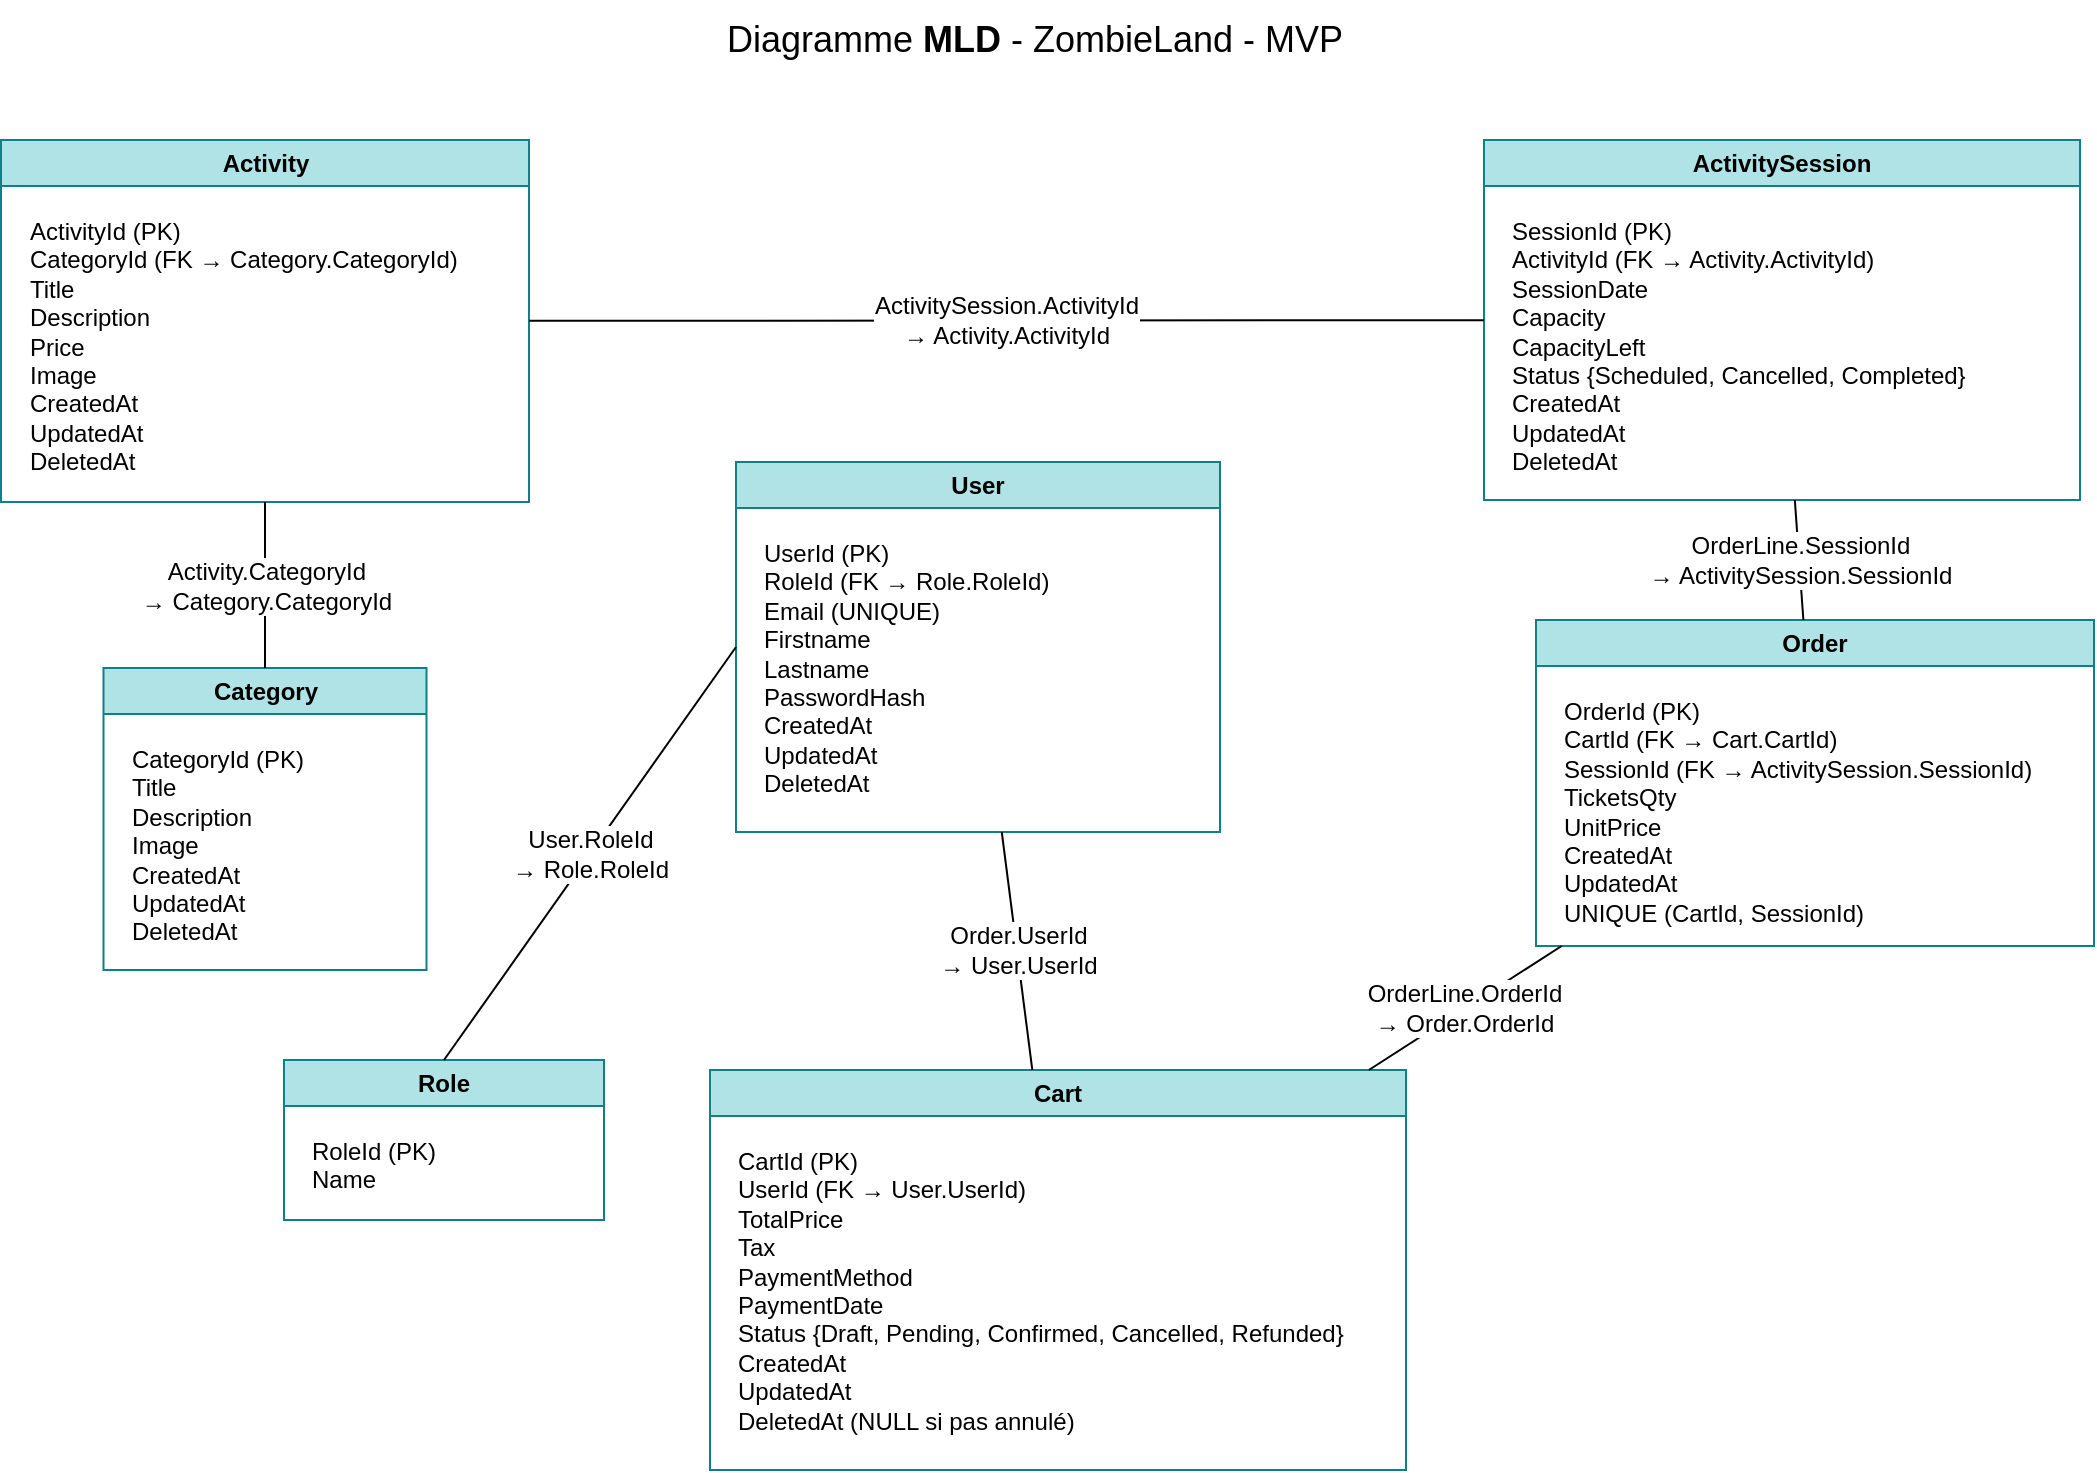
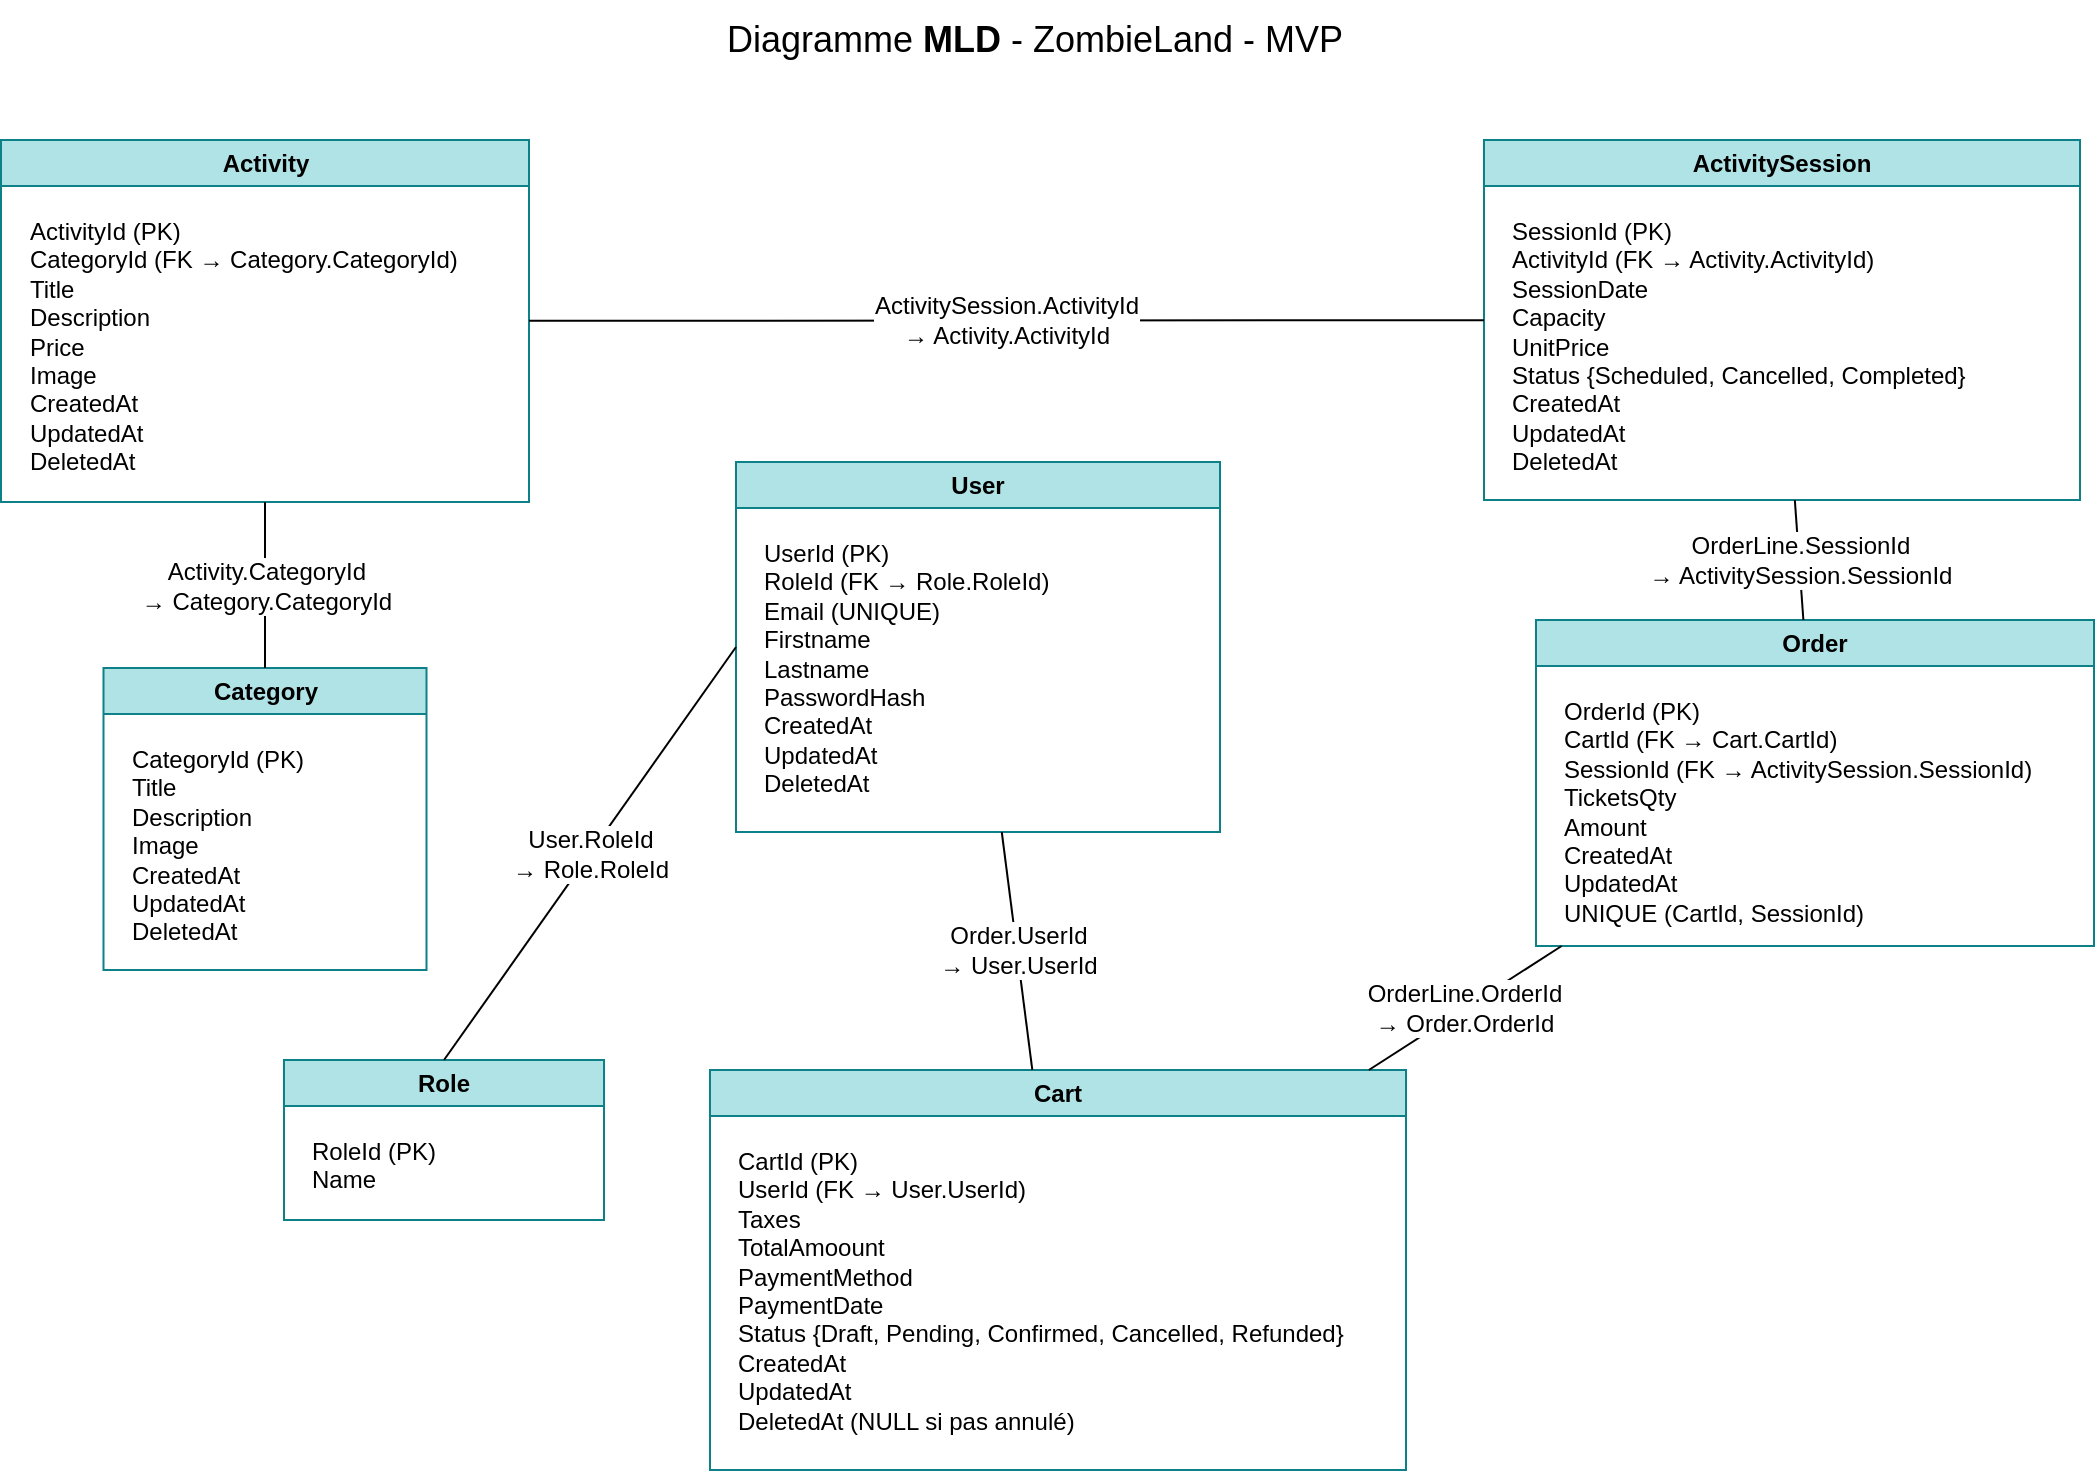
- <mxfile host="65bd71144e" scale="1.5" border="30">
+ <mxfile host="65bd71144e" scale="1.2" border="20">
    <diagram id="fsbzk8zL0QScQSCVCOah" name="Page-1">
-         <mxGraphModel dx="1119" dy="1157" grid="0" gridSize="10" guides="1" tooltips="1" connect="1" arrows="1" fold="1" page="1" pageScale="1" pageWidth="1169" pageHeight="827" background="#ffffff" math="0" shadow="0">
+         <mxGraphModel dx="1073" dy="793" grid="0" gridSize="10" guides="1" tooltips="1" connect="1" arrows="1" fold="1" page="1" pageScale="1" pageWidth="1169" pageHeight="827" background="#ffffff" math="0" shadow="0">
            <root>
                <mxCell id="0"/>
                <mxCell id="1" parent="0"/>
                <mxCell id="t0" value="&lt;span style=&quot;font-weight: normal;&quot;&gt;Diagramme &lt;/span&gt;MLD &lt;span style=&quot;font-weight: normal;&quot;&gt;- ZombieLand - MVP&lt;/span&gt;" style="text;strokeColor=none;fillColor=none;html=1;fontSize=18;fontStyle=1;verticalAlign=middle;align=center;fontColor=#000000;fontFamily=Helvetica;" parent="1" vertex="1">
                    <mxGeometry x="360" y="40" width="450" height="40" as="geometry"/>
                </mxCell>
                <mxCell id="c_tbl" value="Category" style="swimlane;whiteSpace=wrap;html=1;fillColor=#b0e3e6;shadow=0;rounded=0;swimlaneLine=1;fontStyle=1;fontSize=12;align=center;fontFamily=Helvetica;strokeColor=#0e8088;" parent="1" vertex="1">
                    <mxGeometry x="119.75" y="374" width="161.5" height="151" as="geometry"/>
                </mxCell>
                <mxCell id="c_cols" value="&lt;div&gt;&lt;font style=&quot;color: light-dark(rgb(0, 0, 0), rgb(0, 0, 0));&quot;&gt;CategoryId (PK)&lt;/font&gt;&lt;/div&gt;&lt;div&gt;&lt;font style=&quot;color: light-dark(rgb(0, 0, 0), rgb(0, 0, 0));&quot;&gt;Title&lt;/font&gt;&lt;/div&gt;&lt;div&gt;&lt;font style=&quot;color: light-dark(rgb(0, 0, 0), rgb(0, 0, 0));&quot;&gt;Description&lt;/font&gt;&lt;/div&gt;&lt;div&gt;&lt;font style=&quot;color: light-dark(rgb(0, 0, 0), rgb(0, 0, 0));&quot;&gt;Image&lt;/font&gt;&lt;/div&gt;&lt;div&gt;&lt;div style=&quot;color: rgb(63, 63, 63); scrollbar-color: rgb(226, 226, 226) rgb(251, 251, 251);&quot;&gt;&lt;font style=&quot;scrollbar-color: rgb(226, 226, 226) rgb(251, 251, 251); color: rgb(0, 0, 0);&quot;&gt;CreatedAt&amp;nbsp;&amp;nbsp;&lt;/font&gt;&lt;/div&gt;&lt;div style=&quot;color: rgb(63, 63, 63); scrollbar-color: rgb(226, 226, 226) rgb(251, 251, 251);&quot;&gt;&lt;font style=&quot;scrollbar-color: rgb(226, 226, 226) rgb(251, 251, 251); color: rgb(0, 0, 0);&quot;&gt;UpdatedAt&amp;nbsp;&amp;nbsp;&lt;/font&gt;&lt;/div&gt;&lt;div style=&quot;color: rgb(63, 63, 63); scrollbar-color: rgb(226, 226, 226) rgb(251, 251, 251);&quot;&gt;&lt;font style=&quot;scrollbar-color: rgb(226, 226, 226) rgb(251, 251, 251); color: rgb(0, 0, 0);&quot;&gt;DeletedAt&lt;/font&gt;&lt;/div&gt;&lt;/div&gt;" style="text;html=1;align=left;verticalAlign=top;resizable=0;points=[];autosize=1;strokeColor=none;fillColor=none;spacing=4;spacingTop=0;spacingLeft=0;horizontal=1;fontColor=#000000;fontSize=12;fontFamily=Helvetica;" parent="c_tbl" vertex="1">
                    <mxGeometry x="10" y="30" width="106" height="115" as="geometry"/>
                </mxCell>
                <mxCell id="a_tbl" value="Activity" style="swimlane;whiteSpace=wrap;html=1;fillColor=#b0e3e6;shadow=0;rounded=0;swimlaneLine=1;fontStyle=1;fontSize=12;align=center;fontFamily=Helvetica;strokeColor=#0e8088;" parent="1" vertex="1">
                    <mxGeometry x="68.5" y="110" width="264" height="181" as="geometry"/>
                </mxCell>
                <mxCell id="a_cols" value="&lt;div&gt;&lt;font style=&quot;color: rgb(0, 0, 0);&quot;&gt;ActivityId (PK)&lt;/font&gt;&lt;/div&gt;&lt;div&gt;&lt;font style=&quot;color: rgb(0, 0, 0);&quot;&gt;CategoryId (FK → Category.CategoryId)&lt;/font&gt;&lt;/div&gt;&lt;div&gt;&lt;font style=&quot;color: rgb(0, 0, 0);&quot;&gt;Title&lt;/font&gt;&lt;/div&gt;&lt;div&gt;&lt;font style=&quot;color: rgb(0, 0, 0);&quot;&gt;Description&lt;/font&gt;&lt;/div&gt;&lt;div&gt;&lt;font style=&quot;color: rgb(0, 0, 0);&quot;&gt;Price&lt;/font&gt;&lt;/div&gt;&lt;div&gt;&lt;font style=&quot;color: rgb(0, 0, 0);&quot;&gt;Image&lt;/font&gt;&lt;/div&gt;&lt;div&gt;&lt;font style=&quot;color: rgb(0, 0, 0);&quot;&gt;CreatedAt&lt;/font&gt;&lt;/div&gt;&lt;div&gt;&lt;font style=&quot;color: rgb(0, 0, 0);&quot;&gt;UpdatedAt&lt;/font&gt;&lt;/div&gt;&lt;div&gt;&lt;font style=&quot;color: rgb(0, 0, 0);&quot;&gt;DeletedAt&lt;/font&gt;&lt;/div&gt;" style="text;html=1;align=left;verticalAlign=top;resizable=0;points=[];autosize=1;strokeColor=none;fillColor=none;spacing=4;spacingTop=0;spacingLeft=0;horizontal=1;fontColor=#000000;fontSize=12;fontFamily=Helvetica;" parent="a_tbl" vertex="1">
                    <mxGeometry x="10" y="30" width="234" height="144" as="geometry"/>
                </mxCell>
                <mxCell id="s_tbl" value="ActivitySession" style="swimlane;whiteSpace=wrap;html=1;fillColor=#b0e3e6;shadow=0;rounded=0;swimlaneLine=1;fontStyle=1;fontSize=12;align=center;fontFamily=Helvetica;strokeColor=#0e8088;" parent="1" vertex="1">
                    <mxGeometry x="810" y="110" width="298" height="180" as="geometry"/>
                </mxCell>
-                 <mxCell id="s_cols" value="&lt;div&gt;&lt;font color=&quot;#000000&quot;&gt;SessionId (PK)&lt;/font&gt;&lt;/div&gt;&lt;div&gt;&lt;font color=&quot;#000000&quot;&gt;ActivityId (FK → Activity.ActivityId)&lt;/font&gt;&lt;/div&gt;&lt;div&gt;&lt;font color=&quot;#000000&quot;&gt;SessionDate&lt;/font&gt;&lt;/div&gt;&lt;div&gt;&lt;font color=&quot;#000000&quot;&gt;Capacity&lt;/font&gt;&lt;/div&gt;&lt;div&gt;&lt;font color=&quot;#000000&quot;&gt;CapacityLeft&lt;/font&gt;&lt;/div&gt;&lt;div&gt;&lt;font color=&quot;#000000&quot;&gt;Status {Scheduled, Cancelled, Completed}&lt;/font&gt;&lt;/div&gt;&lt;div&gt;&lt;div style=&quot;color: rgb(63, 63, 63); scrollbar-color: rgb(226, 226, 226) rgb(251, 251, 251);&quot;&gt;&lt;font style=&quot;scrollbar-color: rgb(226, 226, 226) rgb(251, 251, 251); color: rgb(0, 0, 0);&quot;&gt;CreatedAt&lt;/font&gt;&lt;/div&gt;&lt;div style=&quot;color: rgb(63, 63, 63); scrollbar-color: rgb(226, 226, 226) rgb(251, 251, 251);&quot;&gt;&lt;font style=&quot;scrollbar-color: rgb(226, 226, 226) rgb(251, 251, 251); color: rgb(0, 0, 0);&quot;&gt;UpdatedAt&lt;/font&gt;&lt;/div&gt;&lt;div style=&quot;color: rgb(63, 63, 63); scrollbar-color: rgb(226, 226, 226) rgb(251, 251, 251);&quot;&gt;&lt;font style=&quot;scrollbar-color: rgb(226, 226, 226) rgb(251, 251, 251); color: rgb(0, 0, 0);&quot;&gt;DeletedAt&lt;/font&gt;&lt;/div&gt;&lt;/div&gt;" style="text;html=1;align=left;verticalAlign=top;resizable=0;points=[];autosize=1;strokeColor=none;fillColor=none;spacing=4;spacingTop=0;spacingLeft=0;horizontal=1;fontColor=#000000;fontSize=12;fontFamily=Helvetica;" parent="s_tbl" vertex="1">
+                 <mxCell id="s_cols" value="&lt;div&gt;&lt;font color=&quot;#000000&quot;&gt;SessionId (PK)&lt;/font&gt;&lt;/div&gt;&lt;div&gt;&lt;font color=&quot;#000000&quot;&gt;ActivityId (FK → Activity.ActivityId)&lt;/font&gt;&lt;/div&gt;&lt;div&gt;&lt;font color=&quot;#000000&quot;&gt;SessionDate&lt;/font&gt;&lt;/div&gt;&lt;div&gt;&lt;font color=&quot;#000000&quot;&gt;Capacity&lt;/font&gt;&lt;/div&gt;&lt;div&gt;&lt;font color=&quot;#000000&quot;&gt;UnitPrice&lt;/font&gt;&lt;/div&gt;&lt;div&gt;&lt;font color=&quot;#000000&quot;&gt;Status {Scheduled, Cancelled, Completed}&lt;/font&gt;&lt;/div&gt;&lt;div&gt;&lt;div style=&quot;color: rgb(63, 63, 63); scrollbar-color: rgb(226, 226, 226) rgb(251, 251, 251);&quot;&gt;&lt;font style=&quot;scrollbar-color: rgb(226, 226, 226) rgb(251, 251, 251); color: rgb(0, 0, 0);&quot;&gt;CreatedAt&lt;/font&gt;&lt;/div&gt;&lt;div style=&quot;color: rgb(63, 63, 63); scrollbar-color: rgb(226, 226, 226) rgb(251, 251, 251);&quot;&gt;&lt;font style=&quot;scrollbar-color: rgb(226, 226, 226) rgb(251, 251, 251); color: rgb(0, 0, 0);&quot;&gt;UpdatedAt&lt;/font&gt;&lt;/div&gt;&lt;div style=&quot;color: rgb(63, 63, 63); scrollbar-color: rgb(226, 226, 226) rgb(251, 251, 251);&quot;&gt;&lt;font style=&quot;scrollbar-color: rgb(226, 226, 226) rgb(251, 251, 251); color: rgb(0, 0, 0);&quot;&gt;DeletedAt&lt;/font&gt;&lt;/div&gt;&lt;/div&gt;" style="text;html=1;align=left;verticalAlign=top;resizable=0;points=[];autosize=1;strokeColor=none;fillColor=none;spacing=4;spacingTop=0;spacingLeft=0;horizontal=1;fontColor=#000000;fontSize=12;fontFamily=Helvetica;" parent="s_tbl" vertex="1">
                    <mxGeometry x="10" y="30" width="247" height="144" as="geometry"/>
                </mxCell>
                <mxCell id="o_tbl" value="Cart" style="swimlane;whiteSpace=wrap;html=1;fillColor=#b0e3e6;shadow=0;rounded=0;swimlaneLine=1;fontStyle=1;fontSize=12;align=center;fontFamily=Helvetica;strokeColor=#0e8088;" parent="1" vertex="1">
                    <mxGeometry x="423" y="575" width="348" height="200" as="geometry"/>
                </mxCell>
-                 <mxCell id="o_cols" value="&lt;div&gt;&lt;font color=&quot;#000000&quot;&gt;CartId (PK)&lt;/font&gt;&lt;/div&gt;&lt;div&gt;&lt;font color=&quot;#000000&quot;&gt;UserId (FK → User.UserId)&lt;/font&gt;&lt;/div&gt;&lt;div&gt;&lt;font color=&quot;#000000&quot;&gt;TotalPrice&lt;/font&gt;&lt;/div&gt;&lt;div&gt;&lt;font color=&quot;#000000&quot;&gt;Tax&lt;/font&gt;&lt;/div&gt;&lt;div&gt;&lt;font color=&quot;#000000&quot;&gt;PaymentMethod&lt;/font&gt;&lt;/div&gt;&lt;div&gt;&lt;font color=&quot;#000000&quot;&gt;PaymentDate&lt;/font&gt;&lt;/div&gt;&lt;div&gt;&lt;font color=&quot;#000000&quot;&gt;Status {Draft, Pending, Confirmed, Cancelled, Refunded}&lt;/font&gt;&lt;/div&gt;&lt;div&gt;&lt;font color=&quot;#000000&quot;&gt;CreatedAt&lt;/font&gt;&lt;/div&gt;&lt;div&gt;&lt;font color=&quot;#000000&quot;&gt;UpdatedAt&lt;/font&gt;&lt;/div&gt;&lt;div&gt;&lt;font color=&quot;#000000&quot;&gt;DeletedAt (NULL si pas annulé)&lt;/font&gt;&lt;/div&gt;" style="text;html=1;align=left;verticalAlign=top;resizable=0;points=[];autosize=1;strokeColor=none;fillColor=none;spacing=4;spacingTop=0;spacingLeft=0;horizontal=1;fontColor=#000000;fontSize=12;fontFamily=Helvetica;" parent="o_tbl" vertex="1">
+                 <mxCell id="o_cols" value="&lt;div&gt;&lt;font color=&quot;#000000&quot;&gt;CartId (PK)&lt;/font&gt;&lt;/div&gt;&lt;div&gt;&lt;font color=&quot;#000000&quot;&gt;UserId (FK → User.UserId)&lt;/font&gt;&lt;/div&gt;&lt;div&gt;&lt;span style=&quot;background-color: transparent;&quot;&gt;Taxes&lt;/span&gt;&lt;/div&gt;&lt;div&gt;&lt;font color=&quot;#000000&quot;&gt;TotalAmoount&lt;/font&gt;&lt;/div&gt;&lt;div&gt;&lt;font color=&quot;#000000&quot;&gt;PaymentMethod&lt;/font&gt;&lt;/div&gt;&lt;div&gt;&lt;font color=&quot;#000000&quot;&gt;PaymentDate&lt;/font&gt;&lt;/div&gt;&lt;div&gt;&lt;font color=&quot;#000000&quot;&gt;Status {Draft, Pending, Confirmed, Cancelled, Refunded}&lt;/font&gt;&lt;/div&gt;&lt;div&gt;&lt;font color=&quot;#000000&quot;&gt;CreatedAt&lt;/font&gt;&lt;/div&gt;&lt;div&gt;&lt;font color=&quot;#000000&quot;&gt;UpdatedAt&lt;/font&gt;&lt;/div&gt;&lt;div&gt;&lt;font color=&quot;#000000&quot;&gt;DeletedAt (NULL si pas annulé)&lt;/font&gt;&lt;/div&gt;" style="text;html=1;align=left;verticalAlign=top;resizable=0;points=[];autosize=1;strokeColor=none;fillColor=none;spacing=4;spacingTop=0;spacingLeft=0;horizontal=1;fontColor=#000000;fontSize=12;fontFamily=Helvetica;" parent="o_tbl" vertex="1">
                    <mxGeometry x="10" y="30" width="323" height="158" as="geometry"/>
                </mxCell>
                <mxCell id="ol_tbl" value="Order" style="swimlane;whiteSpace=wrap;html=1;fillColor=#b0e3e6;shadow=0;rounded=0;swimlaneLine=1;fontStyle=1;fontSize=12;align=center;fontFamily=Helvetica;strokeColor=#0e8088;" parent="1" vertex="1">
                    <mxGeometry x="836" y="350" width="279" height="163" as="geometry"/>
                </mxCell>
-                 <mxCell id="ol_cols" value="&lt;div&gt;&lt;font color=&quot;#000000&quot;&gt;OrderId (PK)&lt;/font&gt;&lt;/div&gt;&lt;div&gt;&lt;font color=&quot;#000000&quot;&gt;CartId (FK → Cart.CartId)&lt;/font&gt;&lt;/div&gt;&lt;div&gt;&lt;font color=&quot;#000000&quot;&gt;SessionId (FK → ActivitySession.SessionId)&lt;/font&gt;&lt;/div&gt;&lt;div&gt;&lt;font color=&quot;#000000&quot;&gt;TicketsQty&lt;/font&gt;&lt;/div&gt;&lt;div&gt;&lt;font color=&quot;#000000&quot;&gt;UnitPrice&lt;/font&gt;&lt;/div&gt;&lt;div&gt;&lt;font color=&quot;#000000&quot;&gt;CreatedAt&lt;/font&gt;&lt;/div&gt;&lt;div&gt;&lt;font color=&quot;#000000&quot;&gt;UpdatedAt&lt;/font&gt;&lt;/div&gt;&lt;div&gt;&lt;font color=&quot;#000000&quot;&gt;UNIQUE (CartId, SessionId)&lt;/font&gt;&lt;/div&gt;" style="text;html=1;align=left;verticalAlign=top;resizable=0;points=[];autosize=1;strokeColor=none;fillColor=none;spacing=4;spacingTop=0;spacingLeft=0;horizontal=1;fontColor=#000000;fontSize=12;fontFamily=Helvetica;" parent="ol_tbl" vertex="1">
+                 <mxCell id="ol_cols" value="&lt;div&gt;&lt;font color=&quot;#000000&quot;&gt;OrderId (PK)&lt;/font&gt;&lt;/div&gt;&lt;div&gt;&lt;font color=&quot;#000000&quot;&gt;CartId (FK → Cart.CartId)&lt;/font&gt;&lt;/div&gt;&lt;div&gt;&lt;font color=&quot;#000000&quot;&gt;SessionId (FK → ActivitySession.SessionId)&lt;/font&gt;&lt;/div&gt;&lt;div&gt;&lt;font color=&quot;#000000&quot;&gt;TicketsQty&lt;/font&gt;&lt;/div&gt;&lt;div&gt;&lt;font color=&quot;#000000&quot;&gt;Amount&lt;/font&gt;&lt;/div&gt;&lt;div&gt;&lt;font color=&quot;#000000&quot;&gt;CreatedAt&lt;/font&gt;&lt;/div&gt;&lt;div&gt;&lt;font color=&quot;#000000&quot;&gt;UpdatedAt&lt;/font&gt;&lt;/div&gt;&lt;div&gt;&lt;font color=&quot;#000000&quot;&gt;UNIQUE (CartId, SessionId)&lt;/font&gt;&lt;/div&gt;" style="text;html=1;align=left;verticalAlign=top;resizable=0;points=[];autosize=1;strokeColor=none;fillColor=none;spacing=4;spacingTop=0;spacingLeft=0;horizontal=1;fontColor=#000000;fontSize=12;fontFamily=Helvetica;" parent="ol_tbl" vertex="1">
                    <mxGeometry x="10" y="30" width="254" height="129" as="geometry"/>
                </mxCell>
                <mxCell id="e_act_cat" value="Activity.CategoryId &lt;br&gt;→ Category.CategoryId" style="endArrow=none;html=1;strokeWidth=1;rounded=0;fontColor=#000000;fontFamily=Helvetica;fontSize=12;" parent="1" source="a_tbl" target="c_tbl" edge="1">
                    <mxGeometry relative="1" as="geometry">
                        <mxPoint x="401" y="430" as="sourcePoint"/>
                        <mxPoint x="361" y="480" as="targetPoint"/>
                    </mxGeometry>
                </mxCell>
                <mxCell id="e_sess_act" value="ActivitySession.ActivityId &lt;br&gt;→ Activity.ActivityId" style="endArrow=none;html=1;strokeWidth=1;rounded=0;fontColor=#000000;fontFamily=Helvetica;fontSize=12;" parent="1" source="s_tbl" target="a_tbl" edge="1">
                    <mxGeometry relative="1" as="geometry">
                        <mxPoint x="791" y="350" as="sourcePoint"/>
                        <mxPoint x="741" y="390" as="targetPoint"/>
                    </mxGeometry>
                </mxCell>
                <mxCell id="e_ol_order" value="OrderLine.OrderId &lt;br&gt;→ Order.OrderId" style="endArrow=none;html=1;strokeWidth=1;rounded=0;fontColor=#000000;fontFamily=Helvetica;fontSize=12;" parent="1" source="ol_tbl" target="o_tbl" edge="1">
                    <mxGeometry relative="1" as="geometry">
                        <mxPoint x="561" y="570" as="sourcePoint"/>
                        <mxPoint x="561" y="320" as="targetPoint"/>
                    </mxGeometry>
                </mxCell>
                <mxCell id="e_ol_sess" value="OrderLine.SessionId &lt;br&gt;→ ActivitySession.SessionId" style="endArrow=none;html=1;strokeWidth=1;rounded=0;fontColor=#000000;fontFamily=Helvetica;fontSize=12;" parent="1" source="ol_tbl" target="s_tbl" edge="1">
                    <mxGeometry relative="1" as="geometry">
                        <mxPoint x="821" y="610" as="sourcePoint"/>
                        <mxPoint x="971" y="500" as="targetPoint"/>
                    </mxGeometry>
                </mxCell>
                <mxCell id="u_tbl" value="User" style="swimlane;whiteSpace=wrap;html=1;fillColor=#b0e3e6;shadow=0;rounded=0;swimlaneLine=1;fontStyle=1;fontSize=12;align=center;fontFamily=Helvetica;strokeColor=#0e8088;" parent="1" vertex="1">
                    <mxGeometry x="436" y="271" width="242" height="185" as="geometry"/>
                </mxCell>
                <mxCell id="u_cols" value="UserId (PK) &amp;nbsp;&lt;br&gt;RoleId (FK → Role.RoleId) &amp;nbsp;&lt;br&gt;Email (UNIQUE) &amp;nbsp;&lt;br&gt;Firstname &amp;nbsp;&lt;br&gt;Lastname &amp;nbsp;&lt;br&gt;PasswordHash &amp;nbsp;&lt;br&gt;CreatedAt &amp;nbsp;&lt;br&gt;UpdatedAt &amp;nbsp;&lt;br&gt;DeletedAt" style="text;html=1;align=left;verticalAlign=top;resizable=0;points=[];autosize=1;strokeColor=none;fillColor=none;spacing=4;spacingTop=0;spacingLeft=0;horizontal=1;fontColor=#000000;fontSize=12;fontFamily=Helvetica;" parent="u_tbl" vertex="1">
                    <mxGeometry x="10" y="30" width="169" height="144" as="geometry"/>
                </mxCell>
                <mxCell id="e_order_user" value="Order.UserId &lt;br&gt;→ User.UserId" style="endArrow=none;html=1;strokeWidth=1;rounded=0;fontColor=#000000;fontFamily=Helvetica;fontSize=12;" parent="1" source="o_tbl" target="u_tbl" edge="1">
                    <mxGeometry relative="1" as="geometry">
                        <mxPoint x="291" y="480" as="sourcePoint"/>
                        <mxPoint x="111" y="480" as="targetPoint"/>
                    </mxGeometry>
                </mxCell>
-                 <mxCell id="2" value="Role" style="swimlane;whiteSpace=wrap;html=1;fillColor=#b0e3e6;shadow=0;rounded=0;swimlaneLine=1;fontStyle=1;fontSize=12;align=center;fontFamily=Helvetica;strokeColor=#0e8088;" vertex="1" parent="1">
+                 <mxCell id="2" value="Role" style="swimlane;whiteSpace=wrap;html=1;fillColor=#b0e3e6;shadow=0;rounded=0;swimlaneLine=1;fontStyle=1;fontSize=12;align=center;fontFamily=Helvetica;strokeColor=#0e8088;" parent="1" vertex="1">
                    <mxGeometry x="210" y="570" width="160" height="80" as="geometry"/>
                </mxCell>
-                 <mxCell id="3" value="RoleId (PK) &amp;nbsp;&lt;br&gt;Name" style="text;html=1;align=left;verticalAlign=top;resizable=0;points=[];autosize=1;strokeColor=none;fillColor=none;spacing=4;spacingTop=0;spacingLeft=0;horizontal=1;fontColor=#000000;fontSize=12;fontFamily=Helvetica;" vertex="1" parent="2">
+                 <mxCell id="3" value="RoleId (PK) &amp;nbsp;&lt;br&gt;Name" style="text;html=1;align=left;verticalAlign=top;resizable=0;points=[];autosize=1;strokeColor=none;fillColor=none;spacing=4;spacingTop=0;spacingLeft=0;horizontal=1;fontColor=#000000;fontSize=12;fontFamily=Helvetica;" parent="2" vertex="1">
                    <mxGeometry x="10" y="30" width="89" height="43" as="geometry"/>
                </mxCell>
-                 <mxCell id="4" value="User.RoleId &lt;br&gt;→ Role.RoleId" style="endArrow=none;html=1;strokeWidth=1;rounded=0;exitX=0;exitY=0.5;exitDx=0;exitDy=0;entryX=0.5;entryY=0;entryDx=0;entryDy=0;fontColor=#000000;fontFamily=Helvetica;fontSize=12;" edge="1" parent="1" source="u_tbl" target="2">
+                 <mxCell id="4" value="User.RoleId &lt;br&gt;→ Role.RoleId" style="endArrow=none;html=1;strokeWidth=1;rounded=0;exitX=0;exitY=0.5;exitDx=0;exitDy=0;entryX=0.5;entryY=0;entryDx=0;entryDy=0;fontColor=#000000;fontFamily=Helvetica;fontSize=12;" parent="1" source="u_tbl" target="2" edge="1">
                    <mxGeometry relative="1" as="geometry">
                        <mxPoint x="350" y="409" as="sourcePoint"/>
                        <mxPoint x="346" y="502" as="targetPoint"/>
                    </mxGeometry>
                </mxCell>
            </root>
        </mxGraphModel>
    </diagram>
</mxfile>